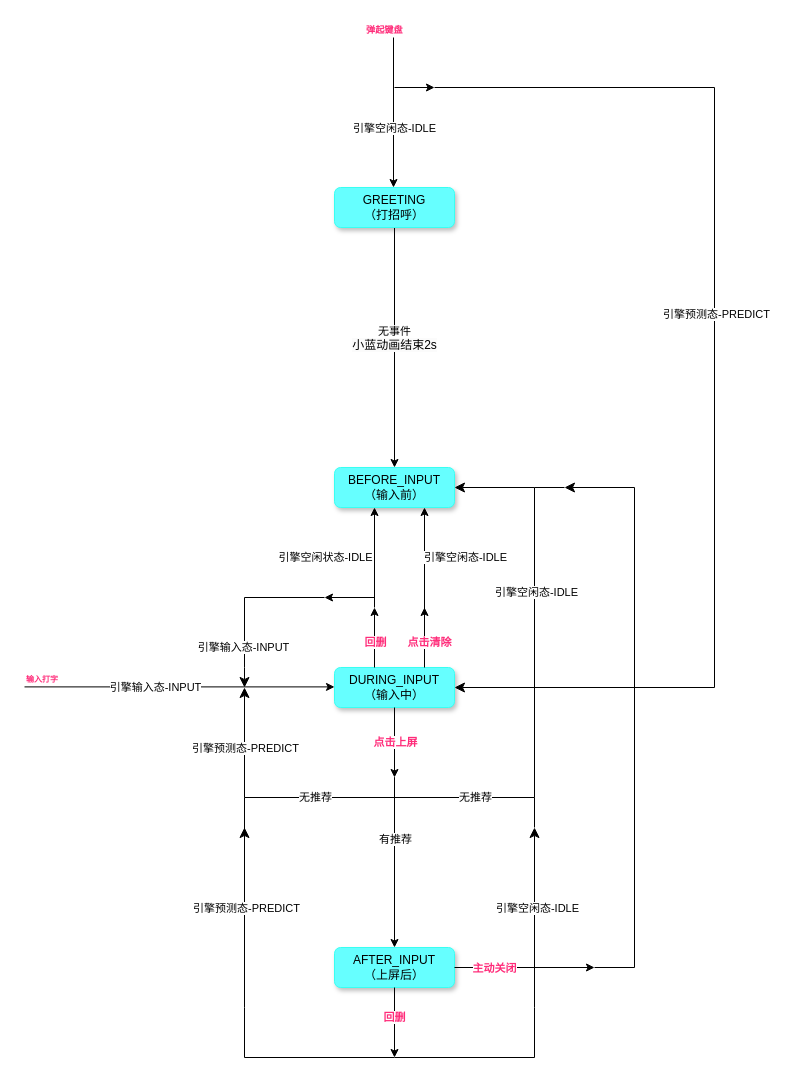
The draw.io diagram 候选状态流程图.drawio in Adiudiu/test, before the edit. Source tidied: cells renumbered, new cells numbered last; positions are measured from the earlier drawing's top-left corner, leaving out a move shared by most shapes. Both pictures are drawn from the tidied source at 100%, with x=0, y=0 at pixel (24, 37).
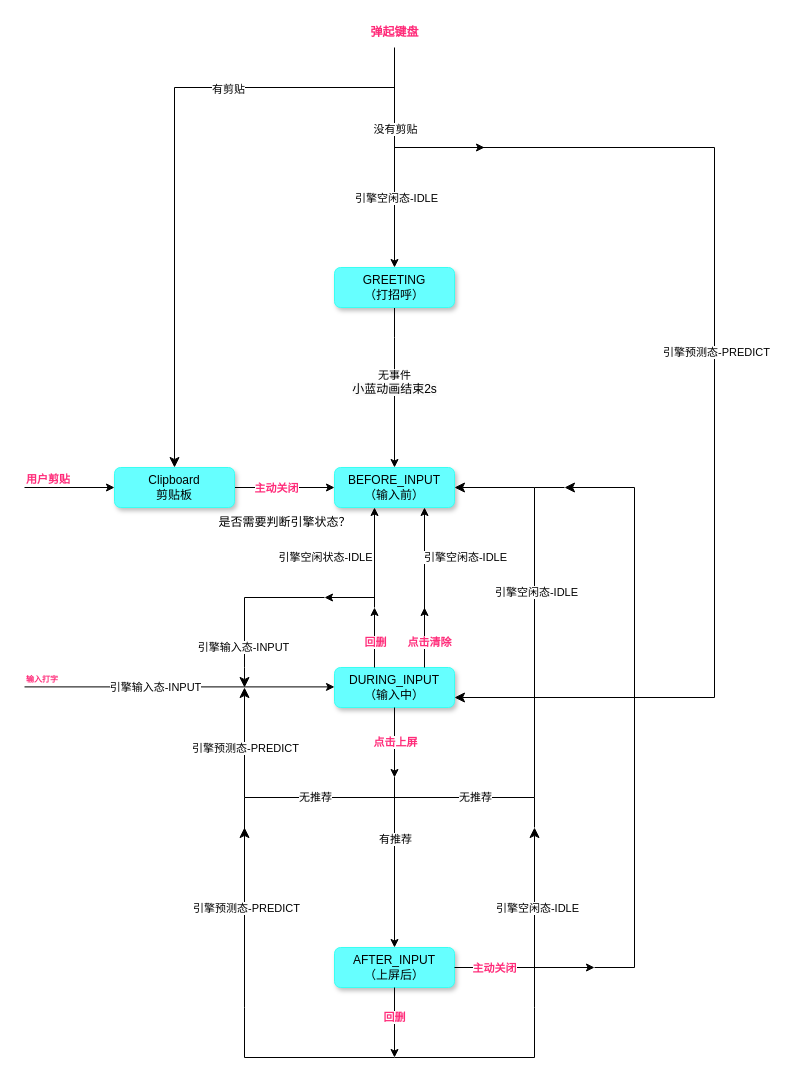
After the change.

Commit message (it also covers changes not shown here):
更新候选状态流程图.drawio

Unchanged cells that the change refers to:
```xml
<mxCell id="5" value="BEFORE_INPUT&lt;br&gt;（输入前）" style="rounded=1;whiteSpace=wrap;html=1;fontSize=12;glass=0;strokeWidth=1;shadow=1;strokeColor=#38FFF2;fillColor=#66FFFF;" parent="1" vertex="1">
  <mxGeometry x="310" y="430" width="120" height="40" as="geometry" />
</mxCell>
<mxCell id="6" value="DURING_INPUT&lt;br&gt;（输入中）" style="rounded=1;whiteSpace=wrap;html=1;fontSize=12;glass=0;strokeWidth=1;shadow=1;strokeColor=#38FFF2;fillColor=#66FFFF;" parent="1" vertex="1">
  <mxGeometry x="310" y="630" width="120" height="40" as="geometry" />
</mxCell>
```

The edit, as a diff of the source:
```diff
@@
     <mxCell id="4" value="GREETING&lt;br&gt;（打招呼）" style="rounded=1;whiteSpace=wrap;html=1;fontSize=12;glass=0;strokeWidth=1;shadow=1;strokeColor=#38FFF2;fillColor=#66FFFF;" parent="1" vertex="1">
-      <mxGeometry x="310" y="150" width="120" height="40" as="geometry" />
+      <mxGeometry x="310" y="230" width="120" height="40" as="geometry" />
     </mxCell>
@@
-    <mxCell id="8" style="endArrow=classic;html=1;rounded=0;entryX=0.5;entryY=0;entryDx=0;entryDy=0;" parent="1" edge="1">
-      <mxGeometry relative="1" as="geometry">
-        <mxPoint x="369" as="sourcePoint" />
-        <mxPoint x="369" y="150" as="targetPoint" />
-      </mxGeometry>
+    <mxCell id="8" style="endArrow=classic;html=1;rounded=0;entryX=0.5;entryY=0;entryDx=0;entryDy=0;" parent="1" edge="1" source="10" target="4">
+      <mxGeometry relative="1" as="geometry" />
     </mxCell>
     <mxCell id="9" value="引擎空闲态-IDLE" style="edgeLabel;html=1;align=center;verticalAlign=middle;" parent="8" vertex="1">
       <mxGeometry relative="1" as="geometry">
-        <mxPoint y="15" as="offset" />
+        <mxPoint x="1" y="40" as="offset" />
       </mxGeometry>
     </mxCell>
-    <mxCell id="10" value="&lt;b&gt;&lt;sub&gt;&lt;font color=&quot;#ff2b79&quot;&gt;弹起键盘&lt;/font&gt;&lt;/sub&gt;&lt;/b&gt;" style="edgeLabel;html=1;align=left;verticalAlign=bottom;" parent="8" vertex="1">
-      <mxGeometry x="-1" relative="1" as="geometry">
-        <mxPoint x="-29" as="offset" />
-      </mxGeometry>
-    </mxCell>
+    <mxCell id="50" value="没有剪贴" style="edgeLabel;html=1;align=center;verticalAlign=middle;" parent="8" vertex="1">
+      <mxGeometry x="-0.73" y="-1" relative="1" as="geometry">
+        <mxPoint x="1" y="51" as="offset" />
+      </mxGeometry>
+    </mxCell>
-    <mxCell id="11" style="edgeStyle=segmentEdgeStyle;endArrow=classic;html=1;curved=0;rounded=0;endSize=8;startSize=8;entryX=1;entryY=0.5;entryDx=0;entryDy=0;" parent="1" edge="1" target="6">
+    <mxCell id="11" style="edgeStyle=segmentEdgeStyle;endArrow=classic;html=1;curved=0;rounded=0;endSize=8;startSize=8;entryX=1;entryY=0.5;entryDx=0;entryDy=0;" parent="1" edge="1">
       <mxGeometry relative="1" as="geometry">
-        <mxPoint x="410" y="50" as="sourcePoint" />
+        <mxPoint x="410" y="110" as="sourcePoint" />
+        <mxPoint x="430" y="660" as="targetPoint" />
         <Array as="points">
-          <mxPoint x="690" y="50" />
-          <mxPoint x="690" y="650" />
+          <mxPoint x="410" y="110" />
+          <mxPoint x="690" y="110" />
+          <mxPoint x="690" y="660" />
         </Array>
       </mxGeometry>
     </mxCell>
@@
     <mxCell id="46" style="endArrow=classic;html=1;rounded=0;" parent="1" edge="1">
       <mxGeometry relative="1" as="geometry">
-        <mxPoint x="370" y="50" as="sourcePoint" />
-        <mxPoint x="410" y="50" as="targetPoint" />
+        <mxPoint x="370" y="110" as="sourcePoint" />
+        <mxPoint x="460" y="110" as="targetPoint" />
       </mxGeometry>
     </mxCell>
@@
+    <mxCell id="51" style="edgeStyle=orthogonalEdgeStyle;rounded=0;jettySize=auto;html=1;" parent="1" edge="1" source="53" target="5">
+      <mxGeometry relative="1" as="geometry" />
+    </mxCell>
+    <mxCell id="52" value="&lt;b&gt;&lt;font color=&quot;#ff2b79&quot;&gt;主动关闭&lt;/font&gt;&lt;/b&gt;" style="edgeLabel;html=1;align=center;verticalAlign=middle;" parent="51" vertex="1">
+      <mxGeometry x="-0.32" y="-1" relative="1" as="geometry">
+        <mxPoint x="7" y="-1" as="offset" />
+      </mxGeometry>
+    </mxCell>
+    <mxCell id="53" value="Clipboard&lt;br&gt;剪贴板" style="rounded=1;whiteSpace=wrap;html=1;fontSize=12;glass=0;strokeWidth=1;shadow=1;strokeColor=#38FFF2;fillColor=#66FFFF;" parent="1" vertex="1">
+      <mxGeometry x="90" y="430" width="120" height="40" as="geometry" />
+    </mxCell>
+    <mxCell id="54" style="endArrow=classic;html=1;rounded=0;entryX=0;entryY=0.5;entryDx=0;entryDy=0;" parent="1" edge="1" target="53">
+      <mxGeometry relative="1" as="geometry">
+        <mxPoint y="450" as="sourcePoint" />
+      </mxGeometry>
+    </mxCell>
+    <mxCell id="55" value="&lt;font color=&quot;#ff2b79&quot;&gt;&lt;b&gt;用户剪贴&lt;/b&gt;&lt;/font&gt;" style="edgeLabel;html=1;align=left;verticalAlign=bottom;" parent="54" vertex="1">
+      <mxGeometry x="-1" relative="1" as="geometry" />
+    </mxCell>
+    <mxCell id="10" value="&lt;b&gt;&lt;font color=&quot;#ff2b79&quot;&gt;弹起键盘&lt;/font&gt;&lt;/b&gt;" style="text;html=1;align=center;verticalAlign=middle;points=[];strokeColor=none;fillColor=none;" parent="1" vertex="1">
+      <mxGeometry x="335" y="-20" width="70" height="30" as="geometry" />
+    </mxCell>
+    <mxCell id="56" style="edgeStyle=segmentEdgeStyle;endArrow=classic;html=1;curved=0;rounded=0;endSize=8;startSize=8;entryX=0.5;entryY=0;entryDx=0;entryDy=0;" parent="1" edge="1" target="53">
+      <mxGeometry relative="1" as="geometry">
+        <mxPoint x="370" y="50" as="sourcePoint" />
+      </mxGeometry>
+    </mxCell>
+    <mxCell id="57" value="有剪贴" style="edgeLabel;html=1;align=center;verticalAlign=middle;" parent="56" vertex="1">
+      <mxGeometry x="-0.55" y="1" relative="1" as="geometry">
+        <mxPoint x="-32" as="offset" />
+      </mxGeometry>
+    </mxCell>
+    <mxCell id="58" value="是否需要判断引擎状态？" style="text;html=1;align=center;verticalAlign=middle;strokeColor=none;fillColor=none;" parent="1" vertex="1">
+      <mxGeometry x="180" y="470" width="160" height="30" as="geometry" />
+    </mxCell>
```
